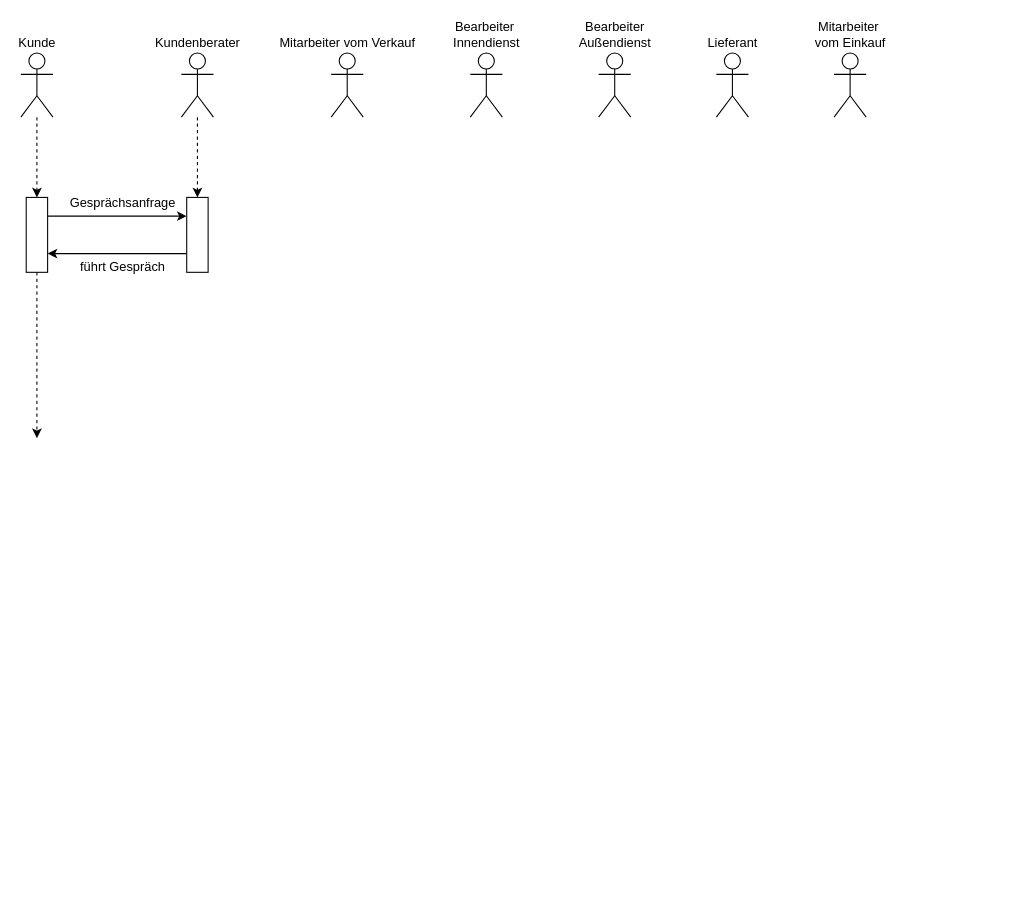
The draw.io diagram Sequenzdiagramm.drawio in i21Erik/LF_8, before the edit. Source tidied: cells renumbered, new cells numbered last; positions are measured from the earlier drawing's top-left corner, leaving out a move shared by most shapes. Both pictures are drawn from the tidied source at 107%, with x=0, y=0 at pixel (-1, 52).
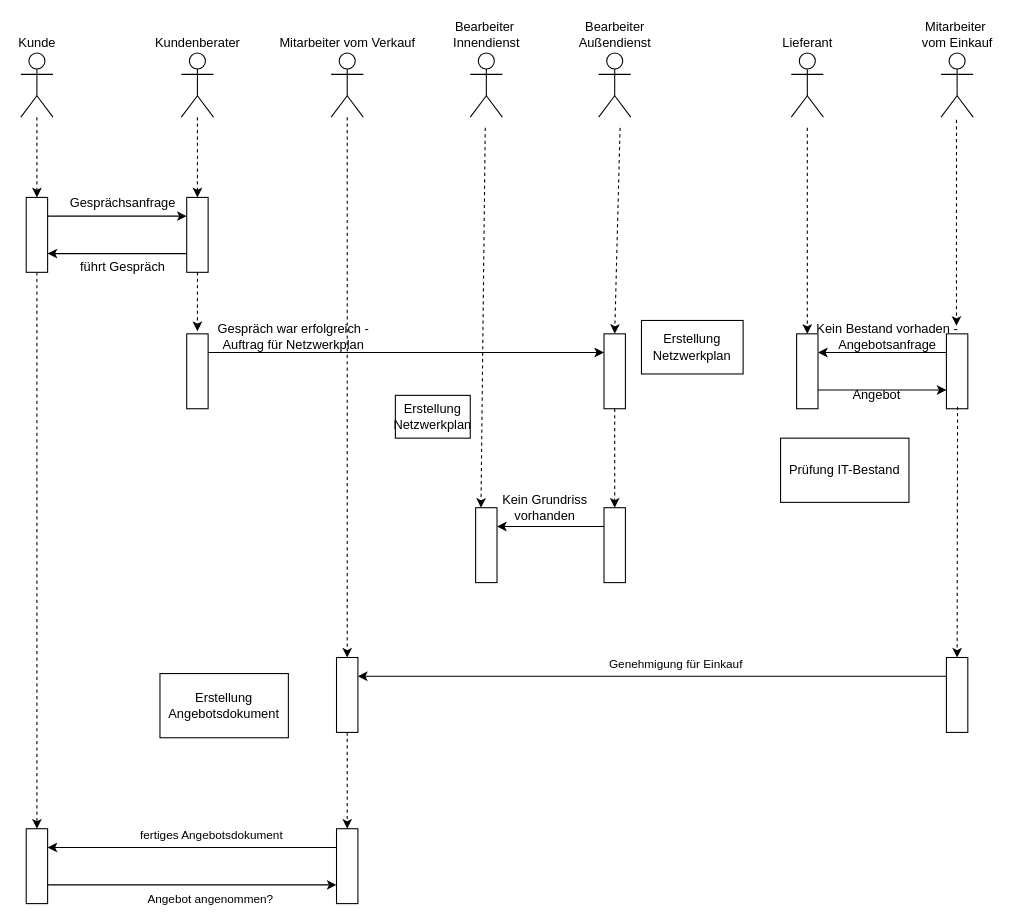
After the change.

Commit message (it also covers changes not shown here):
Neues Sequenzdiagramm

The change refers to these unchanged cells:
```xml
<mxCell id="6" style="rounded=0;whiteSpace=wrap;html=1;rotation=-90;" parent="1" vertex="1">
  <mxGeometry y="160" width="70" height="20" as="geometry" />
</mxCell>
<mxCell id="10" style="rounded=0;whiteSpace=wrap;html=1;rotation=-90;" parent="1" vertex="1">
  <mxGeometry x="150" y="160" width="70" height="20" as="geometry" />
</mxCell>
<mxCell id="13" value="Mitarbeiter vom Verkauf" style="shape=umlActor;verticalLabelPosition=top;verticalAlign=bottom;html=1;labelPosition=center;align=center;" parent="1" vertex="1">
  <mxGeometry x="310" width="30" height="60" as="geometry" />
</mxCell>
```

Diff of the diagram source:
```diff
@@
-    <mxCell id="5" style="edgeStyle=orthogonalEdgeStyle;rounded=0;jettySize=auto;html=1;dashed=1;" parent="1" edge="1" source="6">
-      <mxGeometry relative="1" as="geometry">
-        <mxPoint x="35" y="360" as="targetPoint" />
-      </mxGeometry>
+    <mxCell id="5" style="edgeStyle=orthogonalEdgeStyle;rounded=0;jettySize=auto;html=1;dashed=1;entryX=1;entryY=0.5;entryDx=0;entryDy=0;" parent="1" edge="1" source="6" target="21">
+      <mxGeometry relative="1" as="geometry" />
     </mxCell>
@@
     <mxCell id="16" value="Lieferant" style="shape=umlActor;verticalLabelPosition=top;verticalAlign=bottom;html=1;labelPosition=center;align=center;" parent="1" vertex="1">
-      <mxGeometry x="670" width="30" height="60" as="geometry" />
+      <mxGeometry x="740" width="30" height="60" as="geometry" />
     </mxCell>
     <mxCell id="17" value="Mitarbeiter&amp;nbsp;&lt;br&gt;vom Einkauf&lt;br&gt;" style="shape=umlActor;verticalLabelPosition=top;verticalAlign=bottom;html=1;labelPosition=center;align=center;" parent="1" vertex="1">
-      <mxGeometry x="780" width="30" height="60" as="geometry" />
+      <mxGeometry x="880" width="30" height="60" as="geometry" />
     </mxCell>
+    <mxCell id="18" style="rounded=0;whiteSpace=wrap;html=1;rotation=-90;" parent="1" vertex="1">
+      <mxGeometry x="540" y="450" width="70" height="20" as="geometry" />
+    </mxCell>
+    <mxCell id="19" style="rounded=0;whiteSpace=wrap;html=1;rotation=-90;" parent="1" vertex="1">
+      <mxGeometry x="150" y="287.5" width="70" height="20" as="geometry" />
+    </mxCell>
+    <mxCell id="20" style="rounded=0;whiteSpace=wrap;html=1;rotation=-90;" parent="1" vertex="1">
+      <mxGeometry x="290" y="590" width="70" height="20" as="geometry" />
+    </mxCell>
+    <mxCell id="21" style="rounded=0;whiteSpace=wrap;html=1;rotation=-90;" parent="1" vertex="1">
+      <mxGeometry y="750" width="70" height="20" as="geometry" />
+    </mxCell>
+    <mxCell id="22" style="rounded=0;whiteSpace=wrap;html=1;rotation=-90;" parent="1" vertex="1">
+      <mxGeometry x="860" y="590" width="70" height="20" as="geometry" />
+    </mxCell>
+    <mxCell id="23" style="rounded=0;whiteSpace=wrap;html=1;rotation=-90;" parent="1" vertex="1">
+      <mxGeometry x="720" y="287.5" width="70" height="20" as="geometry" />
+    </mxCell>
+    <mxCell id="24" style="rounded=0;whiteSpace=wrap;html=1;rotation=-90;" parent="1" vertex="1">
+      <mxGeometry x="860" y="287.5" width="70" height="20" as="geometry" />
+    </mxCell>
+    <mxCell id="25" style="rounded=0;whiteSpace=wrap;html=1;rotation=-90;" parent="1" vertex="1">
+      <mxGeometry x="420" y="450" width="70" height="20" as="geometry" />
+    </mxCell>
+    <mxCell id="26" style="rounded=0;whiteSpace=wrap;html=1;rotation=-90;" parent="1" vertex="1">
+      <mxGeometry x="540" y="287.5" width="70" height="20" as="geometry" />
+    </mxCell>
+    <mxCell id="27" style="endArrow=classic;html=1;rounded=0;exitX=0.75;exitY=1;exitDx=0;exitDy=0;entryX=0.75;entryY=0;entryDx=0;entryDy=0;" parent="1" edge="1" source="19" target="26">
+      <mxGeometry relative="1" as="geometry" />
+    </mxCell>
+    <mxCell id="28" value="Gespräch war erfolgreich - Auftrag für Netzwerkplan" style="text;html=1;strokeColor=none;fillColor=none;align=center;verticalAlign=middle;whiteSpace=wrap;rounded=0;" parent="1" vertex="1">
+      <mxGeometry x="200" y="250" width="150" height="30" as="geometry" />
+    </mxCell>
+    <mxCell id="29" style="endArrow=classic;html=1;rounded=0;dashed=1;exitX=0;exitY=0.5;exitDx=0;exitDy=0;" parent="1" edge="1" source="10">
+      <mxGeometry relative="1" as="geometry">
+        <mxPoint x="185" y="260" as="targetPoint" />
+      </mxGeometry>
+    </mxCell>
+    <mxCell id="30" style="endArrow=classic;html=1;rounded=0;dashed=1;exitX=0;exitY=0.5;exitDx=0;exitDy=0;entryX=1;entryY=0.5;entryDx=0;entryDy=0;" parent="1" edge="1" source="26" target="18">
+      <mxGeometry relative="1" as="geometry" />
+    </mxCell>
+    <mxCell id="31" value="Erstellung Netzwerkplan" style="rounded=0;whiteSpace=wrap;html=1;" parent="1" vertex="1">
+      <mxGeometry x="600" y="250" width="95" height="50" as="geometry" />
+    </mxCell>
+    <mxCell id="32" style="endArrow=classic;html=1;rounded=0;exitX=0.75;exitY=0;exitDx=0;exitDy=0;entryX=0.75;entryY=1;entryDx=0;entryDy=0;" parent="1" edge="1" source="18" target="25">
+      <mxGeometry relative="1" as="geometry" />
+    </mxCell>
+    <mxCell id="33" value="Kein Grundriss vorhanden" style="text;html=1;strokeColor=none;fillColor=none;align=center;verticalAlign=middle;whiteSpace=wrap;rounded=0;" parent="1" vertex="1">
+      <mxGeometry x="450" y="400" width="120" height="50" as="geometry" />
+    </mxCell>
+    <mxCell id="34" value="Prüfung IT-Bestand" style="rounded=0;whiteSpace=wrap;html=1;" parent="1" vertex="1">
+      <mxGeometry x="730" y="360" width="120" height="60" as="geometry" />
+    </mxCell>
+    <mxCell id="35" style="endArrow=classic;html=1;rounded=0;exitX=0.75;exitY=0;exitDx=0;exitDy=0;entryX=0.75;entryY=1;entryDx=0;entryDy=0;" parent="1" edge="1" source="24" target="23">
+      <mxGeometry relative="1" as="geometry" />
+    </mxCell>
+    <mxCell id="36" value="Kein Bestand vorhaden - Angebotsanfrage" style="text;html=1;strokeColor=none;fillColor=none;align=center;verticalAlign=middle;whiteSpace=wrap;rounded=0;" parent="1" vertex="1">
+      <mxGeometry x="740" y="255" width="180" height="20" as="geometry" />
+    </mxCell>
+    <mxCell id="37" style="endArrow=classic;html=1;rounded=0;exitX=0.25;exitY=1;exitDx=0;exitDy=0;entryX=0.25;entryY=0;entryDx=0;entryDy=0;" parent="1" edge="1" source="23" target="24">
+      <mxGeometry relative="1" as="geometry" />
+    </mxCell>
+    <mxCell id="38" value="Angebot" style="text;html=1;strokeColor=none;fillColor=none;align=center;verticalAlign=middle;whiteSpace=wrap;rounded=0;" parent="1" vertex="1">
+      <mxGeometry x="730" y="310" width="180" height="20" as="geometry" />
+    </mxCell>
+    <mxCell id="39" style="endArrow=classic;html=1;rounded=0;dashed=1;exitX=0.919;exitY=1.027;exitDx=0;exitDy=0;exitPerimeter=0;entryX=1;entryY=0.5;entryDx=0;entryDy=0;" parent="1" edge="1" source="38" target="22">
+      <mxGeometry relative="1" as="geometry" />
+    </mxCell>
+    <mxCell id="40" value="Erstellung Netzwerkplan" style="rounded=0;whiteSpace=wrap;html=1;" parent="1" vertex="1">
+      <mxGeometry x="370" y="320" width="70" height="40" as="geometry" />
+    </mxCell>
+    <mxCell id="41" style="endArrow=classic;html=1;rounded=0;exitX=0.75;exitY=0;exitDx=0;exitDy=0;entryX=0.75;entryY=1;entryDx=0;entryDy=0;" parent="1" edge="1" source="22" target="20">
+      <mxGeometry relative="1" as="geometry" />
+    </mxCell>
+    <mxCell id="42" value="Genehmigung für Einkauf" style="edgeLabel;html=1;align=center;verticalAlign=middle;" parent="41" vertex="1">
+      <mxGeometry x="-0.18" y="-1" relative="1" as="geometry">
+        <mxPoint x="-28" y="-11" as="offset" />
+      </mxGeometry>
+    </mxCell>
+    <mxCell id="43" value="Erstellung Angebotsdokument" style="rounded=0;whiteSpace=wrap;html=1;" parent="1" vertex="1">
+      <mxGeometry x="150" y="580" width="120" height="60" as="geometry" />
+    </mxCell>
+    <mxCell id="44" style="rounded=0;whiteSpace=wrap;html=1;rotation=-90;" parent="1" vertex="1">
+      <mxGeometry x="290" y="750" width="70" height="20" as="geometry" />
+    </mxCell>
+    <mxCell id="45" style="endArrow=classic;html=1;rounded=0;dashed=1;exitX=0;exitY=0.5;exitDx=0;exitDy=0;entryX=1;entryY=0.5;entryDx=0;entryDy=0;" parent="1" edge="1" source="20" target="44">
+      <mxGeometry relative="1" as="geometry" />
+    </mxCell>
+    <mxCell id="46" style="endArrow=classic;html=1;rounded=0;entryX=0.75;entryY=1;entryDx=0;entryDy=0;exitX=0.75;exitY=0;exitDx=0;exitDy=0;" parent="1" edge="1" source="44" target="21">
+      <mxGeometry relative="1" as="geometry" />
+    </mxCell>
+    <mxCell id="47" value="fertiges Angebotsdokument" style="edgeLabel;html=1;align=center;verticalAlign=middle;" parent="46" vertex="1">
+      <mxGeometry x="-0.36" y="-1" relative="1" as="geometry">
+        <mxPoint x="-32" y="-11" as="offset" />
+      </mxGeometry>
+    </mxCell>
+    <mxCell id="48" style="endArrow=classic;html=1;rounded=0;exitX=0.25;exitY=1;exitDx=0;exitDy=0;entryX=0.25;entryY=0;entryDx=0;entryDy=0;" parent="1" edge="1" source="21" target="44">
+      <mxGeometry relative="1" as="geometry" />
+    </mxCell>
+    <mxCell id="49" value="Angebot angenommen?" style="edgeLabel;html=1;align=center;verticalAlign=middle;" parent="48" vertex="1">
+      <mxGeometry x="0.14" y="-5" relative="1" as="geometry">
+        <mxPoint x="-3" y="8" as="offset" />
+      </mxGeometry>
+    </mxCell>
+    <mxCell id="50" style="endArrow=classic;html=1;rounded=0;dashed=1;" parent="1" edge="1" target="23">
+      <mxGeometry relative="1" as="geometry">
+        <mxPoint x="755" y="70" as="sourcePoint" />
+      </mxGeometry>
+    </mxCell>
+    <mxCell id="51" style="endArrow=classic;html=1;rounded=0;dashed=1;" parent="1" edge="1">
+      <mxGeometry relative="1" as="geometry">
+        <mxPoint x="894.4" y="62.5" as="sourcePoint" />
+        <mxPoint x="894.4" y="255" as="targetPoint" />
+      </mxGeometry>
+    </mxCell>
+    <mxCell id="52" style="endArrow=classic;html=1;rounded=0;dashed=1;entryX=1;entryY=0.5;entryDx=0;entryDy=0;" parent="1" edge="1" source="13" target="20">
+      <mxGeometry relative="1" as="geometry" />
+    </mxCell>
+    <mxCell id="53" style="endArrow=classic;html=1;rounded=0;dashed=1;entryX=0;entryY=0.5;entryDx=0;entryDy=0;" parent="1" edge="1" target="33">
+      <mxGeometry relative="1" as="geometry">
+        <mxPoint x="454" y="70" as="sourcePoint" />
+      </mxGeometry>
+    </mxCell>
+    <mxCell id="54" style="endArrow=classic;html=1;rounded=0;dashed=1;entryX=1;entryY=0.5;entryDx=0;entryDy=0;" parent="1" edge="1" target="26">
+      <mxGeometry relative="1" as="geometry">
+        <mxPoint x="580" y="70" as="sourcePoint" />
+      </mxGeometry>
+    </mxCell>
```
